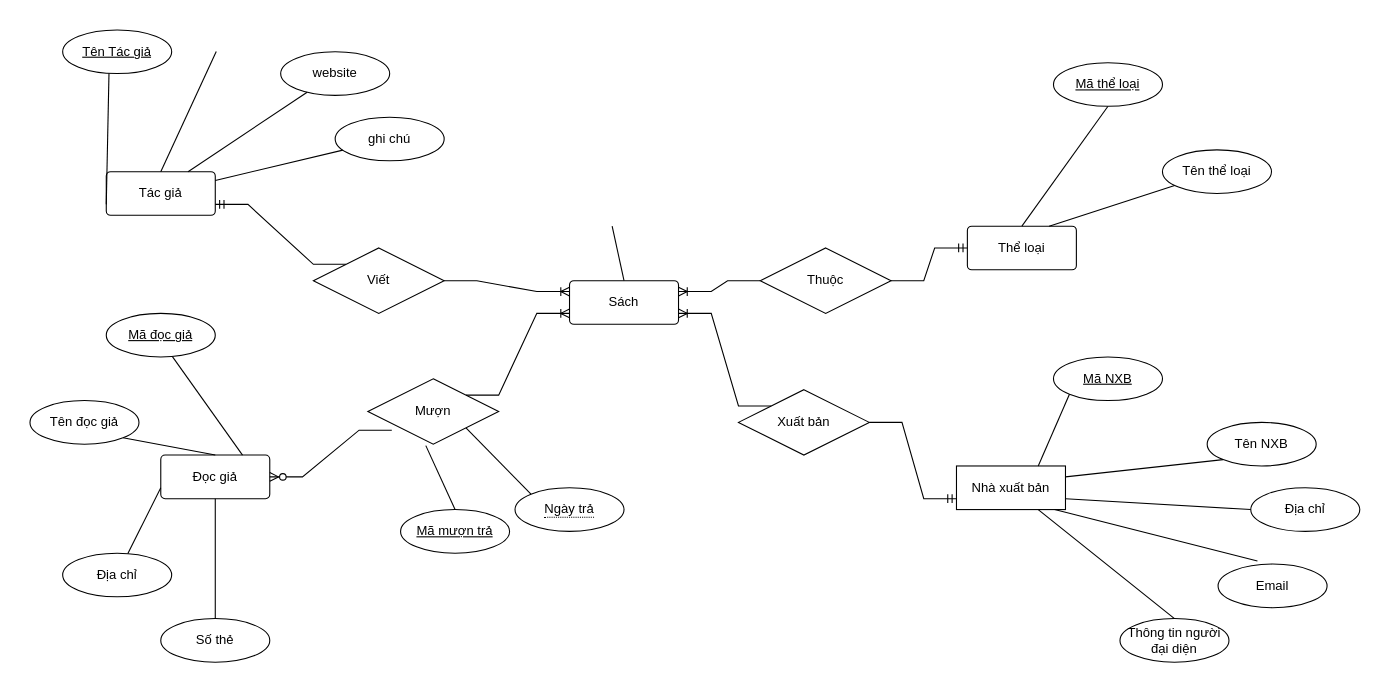
This is Biểu đồ không có tiêu đề.drawio from NhanNgocThach/Data_library, a draw.io file, before an edit. Source tidied: cells renumbered, new cells numbered last; positions are measured from the earlier drawing's top-left corner, leaving out a move shared by most shapes. Both pictures are drawn from the tidied source at 109%, with x=0, y=0 at pixel (29, 29).
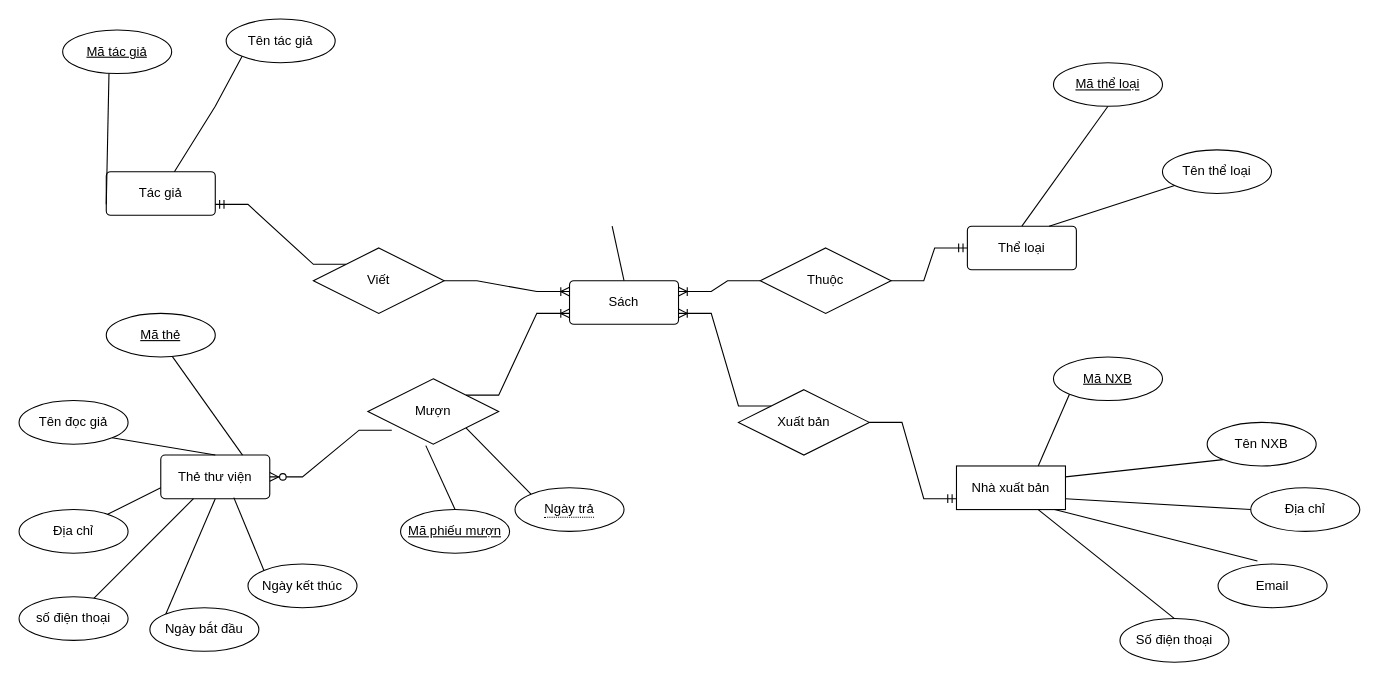
The same page after the edit.

The change refers to these unchanged cells:
```xml
<mxCell id="2" value="Tác giả" style="rounded=1;arcSize=10;whiteSpace=wrap;html=1;align=center;" parent="1" vertex="1">
  <mxGeometry x="70" y="130" width="100" height="40" as="geometry" />
</mxCell>
```

Change to the diagram source:
```diff
@@
-    <mxCell id="3" value="website" style="ellipse;whiteSpace=wrap;html=1;align=center;" parent="1" vertex="1">
-      <mxGeometry x="230" y="20" width="100" height="40" as="geometry" />
-    </mxCell>
-    <mxCell id="4" value="ghi chú" style="ellipse;whiteSpace=wrap;html=1;align=center;" parent="1" vertex="1">
-      <mxGeometry x="280" y="80" width="100" height="40" as="geometry" />
-    </mxCell>
@@
-    <mxCell id="6" style="endArrow=none;html=1;rounded=0;" parent="1" edge="1" source="2" target="4">
-      <mxGeometry relative="1" as="geometry" />
+    <mxCell id="6" style="endArrow=none;html=1;rounded=0;entryX=0;entryY=1;entryDx=0;entryDy=0;" parent="1" edge="1" source="2" target="54">
+      <mxGeometry relative="1" as="geometry">
+        <Array as="points">
+          <mxPoint x="170" y="70" />
+        </Array>
+      </mxGeometry>
     </mxCell>
-    <mxCell id="7" style="endArrow=none;html=1;rounded=0;exitX=0.5;exitY=0;exitDx=0;exitDy=0;" parent="1" edge="1" source="2">
-      <mxGeometry relative="1" as="geometry">
-        <mxPoint x="170.9" y="19.7" as="targetPoint" />
-      </mxGeometry>
-    </mxCell>
-    <mxCell id="8" style="endArrow=none;html=1;rounded=0;exitX=0.75;exitY=0;exitDx=0;exitDy=0;" parent="1" edge="1" source="2" target="3">
-      <mxGeometry relative="1" as="geometry" />
-    </mxCell>
@@
-    <mxCell id="11" value="Đọc giả" style="rounded=1;arcSize=10;whiteSpace=wrap;html=1;align=center;" parent="1" vertex="1">
+    <mxCell id="11" value="Thẻ thư viện" style="rounded=1;arcSize=10;whiteSpace=wrap;html=1;align=center;" parent="1" vertex="1">
       <mxGeometry x="120" y="390" width="100" height="40" as="geometry" />
     </mxCell>
     <mxCell id="12" value="Địa chỉ" style="ellipse;whiteSpace=wrap;html=1;align=center;" parent="1" vertex="1">
-      <mxGeometry x="30" y="480" width="100" height="40" as="geometry" />
+      <mxGeometry x="-10" y="440" width="100" height="40" as="geometry" />
     </mxCell>
-    <mxCell id="13" value="Số thẻ" style="ellipse;whiteSpace=wrap;html=1;align=center;" parent="1" vertex="1">
-      <mxGeometry x="120" y="540" width="100" height="40" as="geometry" />
+    <mxCell id="13" value="số điện thoại" style="ellipse;whiteSpace=wrap;html=1;align=center;" parent="1" vertex="1">
+      <mxGeometry x="-10" y="520" width="100" height="40" as="geometry" />
     </mxCell>
@@
-    <mxCell id="32" value="Tên Tác giả" style="ellipse;whiteSpace=wrap;html=1;align=center;fontStyle=4;" parent="1" vertex="1">
+    <mxCell id="32" value="Mã tác giả" style="ellipse;whiteSpace=wrap;html=1;align=center;fontStyle=4;" parent="1" vertex="1">
       <mxGeometry x="30" width="100" height="40" as="geometry" />
     </mxCell>
@@
-    <mxCell id="34" value="Mã đọc giả" style="ellipse;whiteSpace=wrap;html=1;align=center;fontStyle=4;" parent="1" vertex="1">
+    <mxCell id="34" value="Mã thẻ" style="ellipse;whiteSpace=wrap;html=1;align=center;fontStyle=4;" parent="1" vertex="1">
       <mxGeometry x="70" y="260" width="100" height="40" as="geometry" />
     </mxCell>
@@
-    <mxCell id="36" value="Mã mượn trả" style="ellipse;whiteSpace=wrap;html=1;align=center;fontStyle=4;" parent="1" vertex="1">
+    <mxCell id="36" value="Mã phiếu mượn" style="ellipse;whiteSpace=wrap;html=1;align=center;fontStyle=4;" parent="1" vertex="1">
       <mxGeometry x="340" y="440" width="100" height="40" as="geometry" />
     </mxCell>
@@
     <mxCell id="43" value="Tên đọc giả" style="ellipse;whiteSpace=wrap;html=1;align=center;" parent="1" vertex="1">
-      <mxGeometry y="340" width="100" height="40" as="geometry" />
+      <mxGeometry x="-10" y="340" width="100" height="40" as="geometry" />
     </mxCell>
@@
-    <mxCell id="48" value="Thông tin người đại diện" style="ellipse;whiteSpace=wrap;html=1;align=center;" parent="1" vertex="1">
+    <mxCell id="48" value="Số điện thoại" style="ellipse;whiteSpace=wrap;html=1;align=center;" parent="1" vertex="1">
       <mxGeometry x="1000" y="540" width="100" height="40" as="geometry" />
     </mxCell>
@@
+    <mxCell id="54" value="Tên tác giả" style="ellipse;whiteSpace=wrap;html=1;align=center;" parent="1" vertex="1">
+      <mxGeometry x="180" y="-10" width="100" height="40" as="geometry" />
+    </mxCell>
+    <mxCell id="55" value="Ngày bắt đầu" style="ellipse;whiteSpace=wrap;html=1;align=center;" parent="1" vertex="1">
+      <mxGeometry x="110" y="530" width="100" height="40" as="geometry" />
+    </mxCell>
+    <mxCell id="56" style="endArrow=none;html=1;rounded=0;exitX=0.5;exitY=1;exitDx=0;exitDy=0;entryX=0;entryY=0;entryDx=0;entryDy=0;" parent="1" edge="1" source="11" target="55">
+      <mxGeometry relative="1" as="geometry" />
+    </mxCell>
+    <mxCell id="57" value="Ngày kết thúc" style="ellipse;whiteSpace=wrap;html=1;align=center;" parent="1" vertex="1">
+      <mxGeometry x="200" y="490" width="100" height="40" as="geometry" />
+    </mxCell>
+    <mxCell id="58" style="endArrow=none;html=1;rounded=0;exitX=0.67;exitY=0.975;exitDx=0;exitDy=0;entryX=0;entryY=0;entryDx=0;entryDy=0;exitPerimeter=0;" parent="1" edge="1" source="11" target="57">
+      <mxGeometry relative="1" as="geometry" />
+    </mxCell>
```
